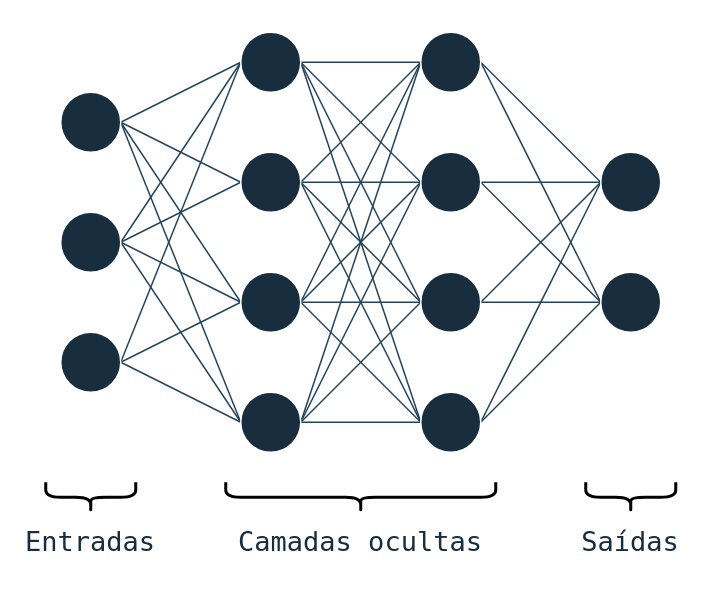
Above: reports/figures/multilayer_perceptron.drawio in JairoSSantos/PAC-project (draw.io), before the change. Source tidied: cells renumbered, new cells numbered last; positions are measured from the earlier drawing's top-left corner, leaving out a move shared by most shapes. Both pictures are drawn from the tidied source at 150%, with x=0, y=0 at pixel (45, 32).
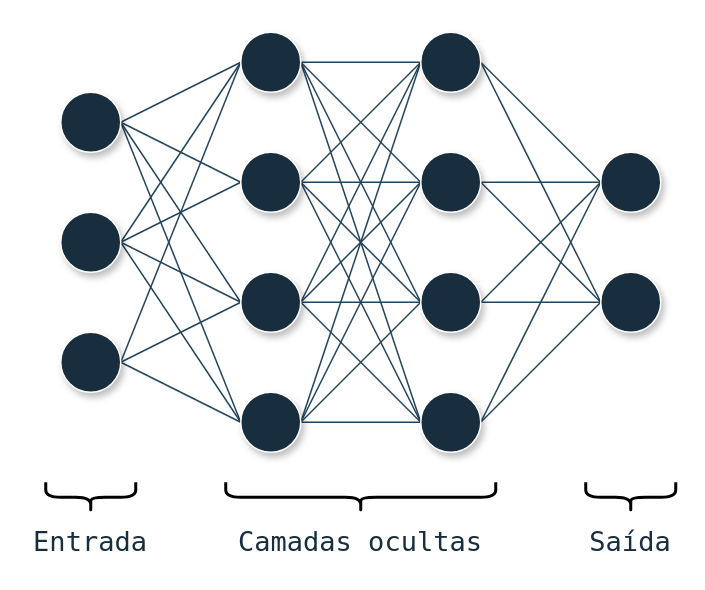
After the change.

Diff of the diagram source:
```diff
@@
-    <mxCell id="6" style="ellipse;whiteSpace=wrap;html=1;labelBackgroundColor=none;fillColor=#182E3E;strokeColor=#FFFFFF;fontColor=#FFFFFF;" parent="1" vertex="1">
+    <mxCell id="6" style="ellipse;whiteSpace=wrap;html=1;labelBackgroundColor=none;fillColor=#182E3E;strokeColor=#FFFFFF;fontColor=#FFFFFF;shadow=1;" parent="1" vertex="1">
       <mxGeometry x="10" y="40" width="40" height="40" as="geometry" />
     </mxCell>
@@
-    <mxCell id="11" style="ellipse;whiteSpace=wrap;html=1;labelBackgroundColor=none;fillColor=#182E3E;strokeColor=#FFFFFF;fontColor=#FFFFFF;" parent="1" vertex="1">
+    <mxCell id="11" style="ellipse;whiteSpace=wrap;html=1;labelBackgroundColor=none;fillColor=#182E3E;strokeColor=#FFFFFF;fontColor=#FFFFFF;shadow=1;" parent="1" vertex="1">
       <mxGeometry x="10" y="120" width="40" height="40" as="geometry" />
     </mxCell>
@@
-    <mxCell id="15" style="ellipse;whiteSpace=wrap;html=1;labelBackgroundColor=none;fillColor=#182E3E;strokeColor=#FFFFFF;fontColor=#FFFFFF;" parent="1" vertex="1">
+    <mxCell id="15" style="ellipse;whiteSpace=wrap;html=1;labelBackgroundColor=none;fillColor=#182E3E;strokeColor=#FFFFFF;fontColor=#FFFFFF;shadow=1;" parent="1" vertex="1">
       <mxGeometry x="10" y="200" width="40" height="40" as="geometry" />
     </mxCell>
@@
-    <mxCell id="20" style="ellipse;whiteSpace=wrap;html=1;labelBackgroundColor=none;fillColor=#182E3E;strokeColor=#FFFFFF;fontColor=#FFFFFF;" parent="1" vertex="1">
+    <mxCell id="20" style="ellipse;whiteSpace=wrap;html=1;labelBackgroundColor=none;fillColor=#182E3E;strokeColor=#FFFFFF;fontColor=#FFFFFF;shadow=1;" parent="1" vertex="1">
       <mxGeometry x="130" y="240" width="40" height="40" as="geometry" />
     </mxCell>
@@
-    <mxCell id="25" style="ellipse;whiteSpace=wrap;html=1;labelBackgroundColor=none;fillColor=#182E3E;strokeColor=#FFFFFF;fontColor=#FFFFFF;" parent="1" vertex="1">
+    <mxCell id="25" style="ellipse;whiteSpace=wrap;html=1;labelBackgroundColor=none;fillColor=#182E3E;strokeColor=#FFFFFF;fontColor=#FFFFFF;shadow=1;" parent="1" vertex="1">
       <mxGeometry x="130" y="160" width="40" height="40" as="geometry" />
     </mxCell>
@@
-    <mxCell id="30" style="ellipse;whiteSpace=wrap;html=1;labelBackgroundColor=none;fillColor=#182E3E;strokeColor=#FFFFFF;fontColor=#FFFFFF;" parent="1" vertex="1">
+    <mxCell id="30" style="ellipse;whiteSpace=wrap;html=1;labelBackgroundColor=none;fillColor=#182E3E;strokeColor=#FFFFFF;fontColor=#FFFFFF;shadow=1;" parent="1" vertex="1">
       <mxGeometry x="130" y="80" width="40" height="40" as="geometry" />
     </mxCell>
@@
-    <mxCell id="35" style="ellipse;whiteSpace=wrap;html=1;labelBackgroundColor=none;fillColor=#182E3E;strokeColor=#FFFFFF;fontColor=#FFFFFF;" parent="1" vertex="1">
+    <mxCell id="35" style="ellipse;whiteSpace=wrap;html=1;labelBackgroundColor=none;fillColor=#182E3E;strokeColor=#FFFFFF;fontColor=#FFFFFF;shadow=1;" parent="1" vertex="1">
       <mxGeometry x="130" width="40" height="40" as="geometry" />
     </mxCell>
@@
-    <mxCell id="38" style="ellipse;whiteSpace=wrap;html=1;labelBackgroundColor=none;fillColor=#182E3E;strokeColor=#FFFFFF;fontColor=#FFFFFF;" parent="1" vertex="1">
+    <mxCell id="38" style="ellipse;whiteSpace=wrap;html=1;labelBackgroundColor=none;fillColor=#182E3E;strokeColor=#FFFFFF;fontColor=#FFFFFF;shadow=1;" parent="1" vertex="1">
       <mxGeometry x="250" y="240" width="40" height="40" as="geometry" />
     </mxCell>
@@
-    <mxCell id="41" style="ellipse;whiteSpace=wrap;html=1;labelBackgroundColor=none;fillColor=#182E3E;strokeColor=#FFFFFF;fontColor=#FFFFFF;" parent="1" vertex="1">
+    <mxCell id="41" style="ellipse;whiteSpace=wrap;html=1;labelBackgroundColor=none;fillColor=#182E3E;strokeColor=#FFFFFF;fontColor=#FFFFFF;shadow=1;" parent="1" vertex="1">
       <mxGeometry x="250" y="160" width="40" height="40" as="geometry" />
     </mxCell>
@@
-    <mxCell id="44" style="ellipse;whiteSpace=wrap;html=1;labelBackgroundColor=none;fillColor=#182E3E;strokeColor=#FFFFFF;fontColor=#FFFFFF;" parent="1" vertex="1">
+    <mxCell id="44" style="ellipse;whiteSpace=wrap;html=1;labelBackgroundColor=none;fillColor=#182E3E;strokeColor=#FFFFFF;fontColor=#FFFFFF;shadow=1;" parent="1" vertex="1">
       <mxGeometry x="250" y="80" width="40" height="40" as="geometry" />
     </mxCell>
@@
-    <mxCell id="47" style="ellipse;whiteSpace=wrap;html=1;labelBackgroundColor=none;fillColor=#182E3E;strokeColor=#FFFFFF;fontColor=#FFFFFF;" parent="1" vertex="1">
+    <mxCell id="47" style="ellipse;whiteSpace=wrap;html=1;labelBackgroundColor=none;fillColor=#182E3E;strokeColor=#FFFFFF;fontColor=#FFFFFF;shadow=1;" parent="1" vertex="1">
       <mxGeometry x="250" width="40" height="40" as="geometry" />
     </mxCell>
-    <mxCell id="48" style="ellipse;whiteSpace=wrap;html=1;labelBackgroundColor=none;fillColor=#182E3E;strokeColor=#FFFFFF;fontColor=#FFFFFF;" parent="1" vertex="1">
+    <mxCell id="48" style="ellipse;whiteSpace=wrap;html=1;labelBackgroundColor=none;fillColor=#182E3E;strokeColor=#FFFFFF;fontColor=#FFFFFF;shadow=1;" parent="1" vertex="1">
       <mxGeometry x="370" y="80" width="40" height="40" as="geometry" />
     </mxCell>
-    <mxCell id="49" style="ellipse;whiteSpace=wrap;html=1;labelBackgroundColor=none;fillColor=#182E3E;strokeColor=#FFFFFF;fontColor=#FFFFFF;" parent="1" vertex="1">
+    <mxCell id="49" style="ellipse;whiteSpace=wrap;html=1;labelBackgroundColor=none;fillColor=#182E3E;strokeColor=#FFFFFF;fontColor=#FFFFFF;shadow=1;" parent="1" vertex="1">
       <mxGeometry x="370" y="160" width="40" height="40" as="geometry" />
     </mxCell>
-    <mxCell id="50" value="Entradas" style="text;html=1;strokeColor=none;fillColor=none;align=center;verticalAlign=middle;whiteSpace=wrap;rounded=0;fontColor=#182e3e;fontFamily=Lucida Console;fontSize=18;" parent="1" vertex="1">
+    <mxCell id="50" value="Entrada" style="text;html=1;strokeColor=none;fillColor=none;align=center;verticalAlign=middle;whiteSpace=wrap;rounded=0;fontColor=#182e3e;fontFamily=Lucida Console;fontSize=18;" parent="1" vertex="1">
       <mxGeometry y="324" width="60" height="30" as="geometry" />
     </mxCell>
@@
-    <mxCell id="52" value="Saídas" style="text;html=1;strokeColor=none;fillColor=none;align=center;verticalAlign=middle;whiteSpace=wrap;rounded=0;fontColor=#182e3e;fontFamily=Lucida Console;fontSize=18;" parent="1" vertex="1">
+    <mxCell id="52" value="Saída" style="text;html=1;strokeColor=none;fillColor=none;align=center;verticalAlign=middle;whiteSpace=wrap;rounded=0;fontColor=#182e3e;fontFamily=Lucida Console;fontSize=18;" parent="1" vertex="1">
       <mxGeometry x="360" y="324" width="60" height="30" as="geometry" />
     </mxCell>
```
